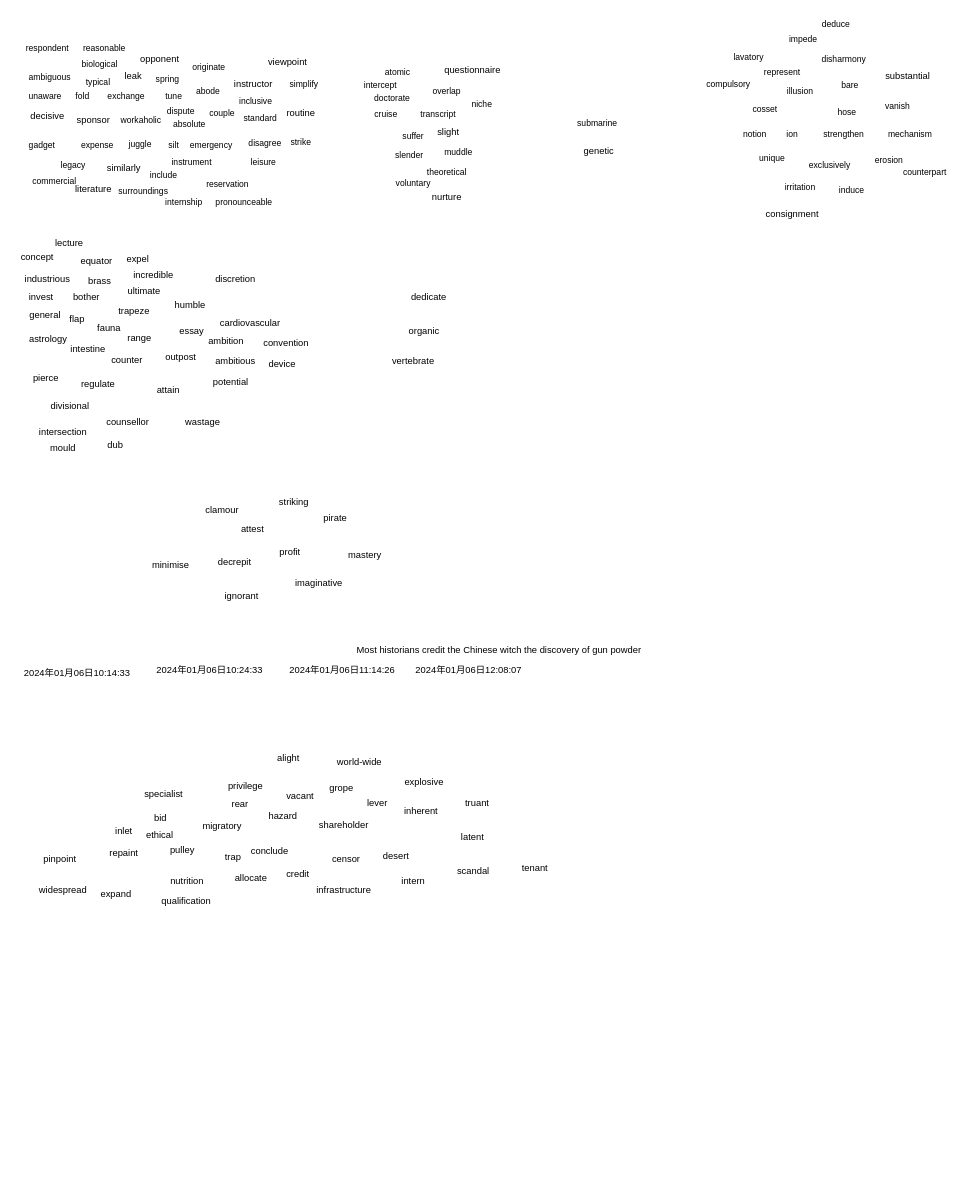
Earlier version of the draw.io diagram page "2023年12月24日" (2 of 2) of 2023-11-13.drawio (GC-L/hello-world). Source tidied: cells renumbered, new cells numbered last; positions are measured from the earlier drawing's top-left corner, leaving out a move shared by most shapes. Both pictures are drawn from the tidied source at 78%, with x=0, y=0 at pixel (13, 13).
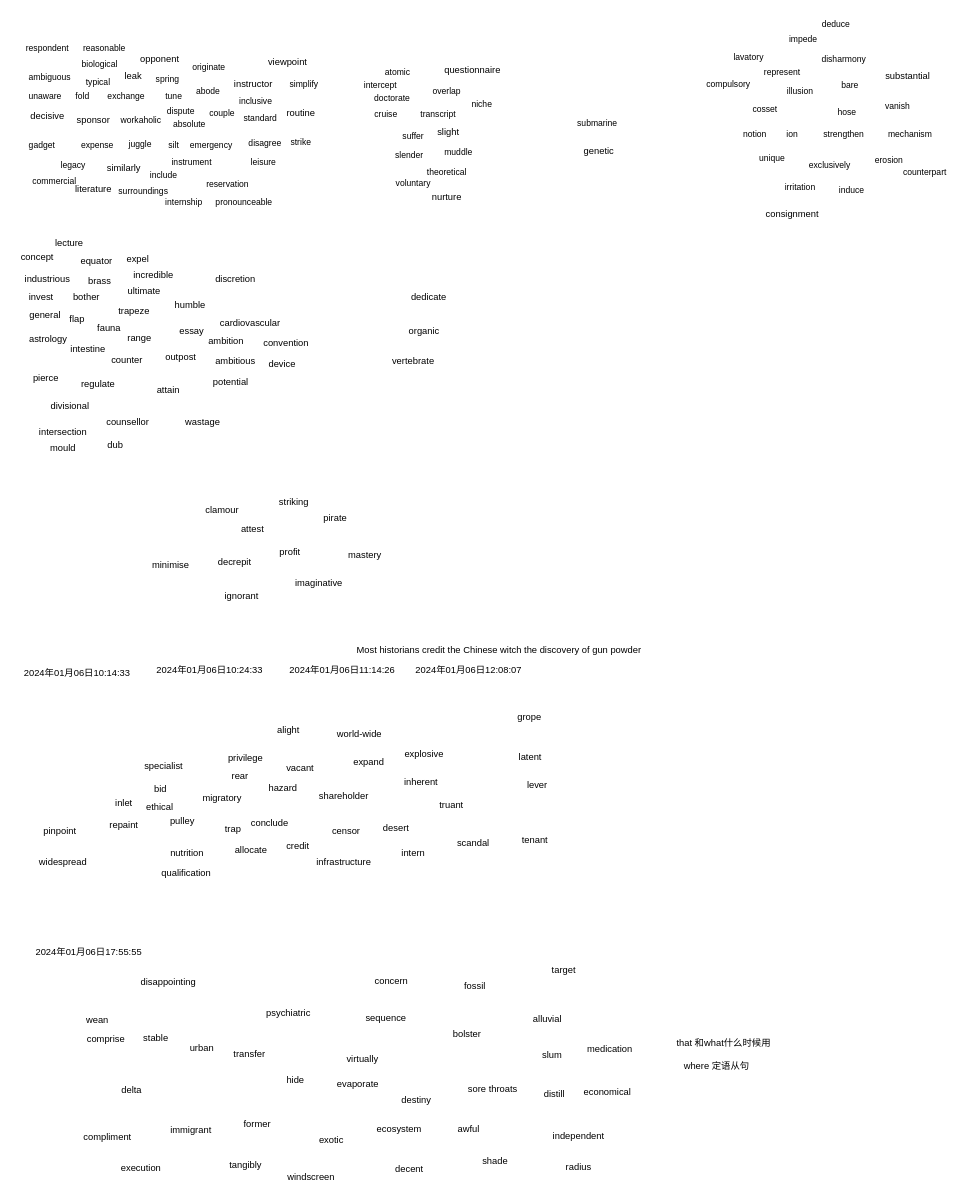
After the change.

The edit, as a diff of the source:
```diff
@@
     <mxCell id="137" value="pinpoint" style="text;html=1;align=center;verticalAlign=middle;strokeColor=none;fillColor=none;" parent="1" vertex="1">
-      <mxGeometry x="29" y="1071" width="60" height="26" as="geometry" />
+      <mxGeometry x="29" y="1035" width="60" height="26" as="geometry" />
     </mxCell>
     <mxCell id="138" value="pulley" style="text;html=1;align=center;verticalAlign=middle;strokeColor=none;fillColor=none;" parent="1" vertex="1">
-      <mxGeometry x="191.5" y="1059" width="49" height="26" as="geometry" />
+      <mxGeometry x="191.5" y="1023" width="49" height="26" as="geometry" />
     </mxCell>
     <mxCell id="139" value="privilege" style="text;html=1;align=center;verticalAlign=middle;strokeColor=none;fillColor=none;" parent="1" vertex="1">
-      <mxGeometry x="265" y="978" width="63" height="26" as="geometry" />
+      <mxGeometry x="265" y="942" width="63" height="26" as="geometry" />
     </mxCell>
     <mxCell id="140" value="infrastructure" style="text;html=1;align=center;verticalAlign=middle;strokeColor=none;fillColor=none;" parent="1" vertex="1">
-      <mxGeometry x="378.5" y="1111" width="88" height="26" as="geometry" />
+      <mxGeometry x="378.5" y="1075" width="88" height="26" as="geometry" />
     </mxCell>
     <mxCell id="141" value="allocate" style="text;html=1;align=center;verticalAlign=middle;strokeColor=none;fillColor=none;" parent="1" vertex="1">
-      <mxGeometry x="274.2" y="1095" width="59" height="26" as="geometry" />
+      <mxGeometry x="274.2" y="1059" width="59" height="26" as="geometry" />
     </mxCell>
     <mxCell id="142" value="qualification" style="text;html=1;align=center;verticalAlign=middle;strokeColor=none;fillColor=none;" parent="1" vertex="1">
-      <mxGeometry x="180.2" y="1125" width="81" height="26" as="geometry" />
+      <mxGeometry x="180.2" y="1089" width="81" height="26" as="geometry" />
     </mxCell>
     <mxCell id="143" value="expand" style="text;html=1;align=center;verticalAlign=middle;strokeColor=none;fillColor=none;" parent="1" vertex="1">
-      <mxGeometry x="102.8" y="1116" width="57" height="26" as="geometry" />
+      <mxGeometry x="426" y="947" width="57" height="26" as="geometry" />
     </mxCell>
     <mxCell id="144" value="trap" style="text;html=1;align=center;verticalAlign=middle;strokeColor=none;fillColor=none;" parent="1" vertex="1">
-      <mxGeometry x="261.2" y="1069" width="39" height="26" as="geometry" />
+      <mxGeometry x="261.2" y="1033" width="39" height="26" as="geometry" />
     </mxCell>
@@
     <mxCell id="146" value="intern" style="text;html=1;align=center;verticalAlign=middle;strokeColor=none;fillColor=none;" parent="1" vertex="1">
-      <mxGeometry x="488" y="1099" width="48" height="26" as="geometry" />
+      <mxGeometry x="488" y="1063" width="48" height="26" as="geometry" />
     </mxCell>
     <mxCell id="147" value="repaint" style="text;html=1;align=center;verticalAlign=middle;strokeColor=none;fillColor=none;" parent="1" vertex="1">
-      <mxGeometry x="113.2" y="1064" width="55" height="26" as="geometry" />
+      <mxGeometry x="113.2" y="1028" width="55" height="26" as="geometry" />
     </mxCell>
     <mxCell id="148" value="specialist" style="text;html=1;align=center;verticalAlign=middle;strokeColor=none;fillColor=none;" parent="1" vertex="1">
-      <mxGeometry x="158" y="988" width="67" height="26" as="geometry" />
+      <mxGeometry x="158" y="952" width="67" height="26" as="geometry" />
     </mxCell>
     <mxCell id="149" value="migratory" style="text;html=1;align=center;verticalAlign=middle;strokeColor=none;fillColor=none;" parent="1" vertex="1">
-      <mxGeometry x="233.2" y="1029" width="68" height="26" as="geometry" />
+      <mxGeometry x="233.2" y="993" width="68" height="26" as="geometry" />
     </mxCell>
     <mxCell id="150" value="inlet" style="text;html=1;align=center;verticalAlign=middle;strokeColor=none;fillColor=none;" parent="1" vertex="1">
-      <mxGeometry x="120.8" y="1035" width="40" height="26" as="geometry" />
+      <mxGeometry x="120.8" y="999" width="40" height="26" as="geometry" />
     </mxCell>
@@
     <mxCell id="152" value="nutrition" style="text;html=1;align=center;verticalAlign=middle;strokeColor=none;fillColor=none;" parent="1" vertex="1">
-      <mxGeometry x="191.5" y="1099" width="61" height="26" as="geometry" />
+      <mxGeometry x="191.5" y="1063" width="61" height="26" as="geometry" />
     </mxCell>
     <mxCell id="153" value="censor" style="text;html=1;align=center;verticalAlign=middle;strokeColor=none;fillColor=none;" parent="1" vertex="1">
-      <mxGeometry x="399" y="1071" width="54" height="26" as="geometry" />
+      <mxGeometry x="399" y="1035" width="54" height="26" as="geometry" />
     </mxCell>
     <mxCell id="154" value="widespread" style="text;html=1;align=center;verticalAlign=middle;strokeColor=none;fillColor=none;" parent="1" vertex="1">
-      <mxGeometry x="23.8" y="1111" width="79" height="26" as="geometry" />
+      <mxGeometry x="23.8" y="1075" width="79" height="26" as="geometry" />
     </mxCell>
     <mxCell id="155" value="hazard" style="text;html=1;align=center;verticalAlign=middle;strokeColor=none;fillColor=none;" parent="1" vertex="1">
-      <mxGeometry x="317.2" y="1016" width="55" height="26" as="geometry" />
+      <mxGeometry x="317.2" y="980" width="55" height="26" as="geometry" />
     </mxCell>
     <mxCell id="156" value="rear" style="text;html=1;align=center;verticalAlign=middle;strokeColor=none;fillColor=none;" parent="1" vertex="1">
-      <mxGeometry x="270" y="1001" width="39" height="26" as="geometry" />
+      <mxGeometry x="270" y="965" width="39" height="26" as="geometry" />
     </mxCell>
     <mxCell id="157" value="shareholder" style="text;html=1;align=center;verticalAlign=middle;strokeColor=none;fillColor=none;" parent="1" vertex="1">
-      <mxGeometry x="382" y="1027" width="81" height="26" as="geometry" />
+      <mxGeometry x="382" y="991" width="81" height="26" as="geometry" />
     </mxCell>
     <mxCell id="158" value="bid" style="text;html=1;align=center;verticalAlign=middle;strokeColor=none;fillColor=none;" parent="1" vertex="1">
-      <mxGeometry x="171.2" y="1018" width="34" height="26" as="geometry" />
+      <mxGeometry x="171.2" y="982" width="34" height="26" as="geometry" />
     </mxCell>
     <mxCell id="159" value="alight" style="text;html=1;align=center;verticalAlign=middle;strokeColor=none;fillColor=none;" parent="1" vertex="1">
-      <mxGeometry x="328" y="942" width="47" height="26" as="geometry" />
+      <mxGeometry x="328" y="906" width="47" height="26" as="geometry" />
     </mxCell>
     <mxCell id="160" value="credit" style="text;html=1;align=center;verticalAlign=middle;strokeColor=none;fillColor=none;" parent="1" vertex="1">
-      <mxGeometry x="340.2" y="1090" width="47" height="26" as="geometry" />
+      <mxGeometry x="340.2" y="1054" width="47" height="26" as="geometry" />
     </mxCell>
@@
     <mxCell id="162" value="desert" style="text;html=1;align=center;verticalAlign=middle;strokeColor=none;fillColor=none;" parent="1" vertex="1">
-      <mxGeometry x="464.5" y="1067" width="51" height="26" as="geometry" />
+      <mxGeometry x="464.5" y="1031" width="51" height="26" as="geometry" />
     </mxCell>
     <mxCell id="163" value="conclude" style="text;html=1;align=center;verticalAlign=middle;strokeColor=none;fillColor=none;" parent="1" vertex="1">
-      <mxGeometry x="294.8" y="1061" width="66" height="26" as="geometry" />
+      <mxGeometry x="294.8" y="1025" width="66" height="26" as="geometry" />
     </mxCell>
     <mxCell id="164" value="explosive" style="text;html=1;align=center;verticalAlign=middle;strokeColor=none;fillColor=none;" parent="1" vertex="1">
-      <mxGeometry x="491.5" y="973" width="68" height="26" as="geometry" />
+      <mxGeometry x="491.5" y="937" width="68" height="26" as="geometry" />
     </mxCell>
     <mxCell id="165" value="inherent" style="text;html=1;align=center;verticalAlign=middle;strokeColor=none;fillColor=none;" parent="1" vertex="1">
-      <mxGeometry x="491.5" y="1009" width="61" height="26" as="geometry" />
+      <mxGeometry x="491.5" y="973" width="61" height="26" as="geometry" />
     </mxCell>
     <mxCell id="166" value="world-wide" style="text;html=1;align=center;verticalAlign=middle;strokeColor=none;fillColor=none;" parent="1" vertex="1">
-      <mxGeometry x="405.2" y="947" width="75" height="26" as="geometry" />
+      <mxGeometry x="405.2" y="911" width="75" height="26" as="geometry" />
     </mxCell>
     <mxCell id="167" value="grope" style="text;html=1;align=center;verticalAlign=middle;strokeColor=none;fillColor=none;" parent="1" vertex="1">
-      <mxGeometry x="395.2" y="980" width="49" height="26" as="geometry" />
+      <mxGeometry x="636" y="889" width="49" height="26" as="geometry" />
     </mxCell>
     <mxCell id="168" value="lever" style="text;html=1;align=center;verticalAlign=middle;strokeColor=none;fillColor=none;" parent="1" vertex="1">
-      <mxGeometry x="444" y="999" width="44" height="26" as="geometry" />
+      <mxGeometry x="649" y="976" width="44" height="26" as="geometry" />
     </mxCell>
     <mxCell id="169" value="ethical" style="text;html=1;align=center;verticalAlign=middle;strokeColor=none;fillColor=none;" parent="1" vertex="1">
-      <mxGeometry x="160.2" y="1041" width="53" height="26" as="geometry" />
+      <mxGeometry x="160.2" y="1005" width="53" height="26" as="geometry" />
     </mxCell>
     <mxCell id="170" value="vacant" style="text;html=1;align=center;verticalAlign=middle;strokeColor=none;fillColor=none;" parent="1" vertex="1">
-      <mxGeometry x="340.2" y="990" width="53" height="26" as="geometry" />
+      <mxGeometry x="340.2" y="954" width="53" height="26" as="geometry" />
     </mxCell>
     <mxCell id="171" value="truant" style="text;html=1;align=center;verticalAlign=middle;strokeColor=none;fillColor=none;" parent="1" vertex="1">
-      <mxGeometry x="569.5" y="999" width="49" height="26" as="geometry" />
+      <mxGeometry x="536" y="1002" width="49" height="26" as="geometry" />
     </mxCell>
     <mxCell id="172" value="scandal" style="text;html=1;align=center;verticalAlign=middle;strokeColor=none;fillColor=none;" parent="1" vertex="1">
-      <mxGeometry x="559.5" y="1087" width="59" height="26" as="geometry" />
+      <mxGeometry x="559.5" y="1051" width="59" height="26" as="geometry" />
     </mxCell>
     <mxCell id="173" value="latent" style="text;html=1;align=center;verticalAlign=middle;strokeColor=none;fillColor=none;" parent="1" vertex="1">
-      <mxGeometry x="564.8" y="1043" width="47" height="26" as="geometry" />
+      <mxGeometry x="638" y="941" width="47" height="26" as="geometry" />
     </mxCell>
@@
     <mxCell id="175" value="tenant" style="text;html=1;align=center;verticalAlign=middle;strokeColor=none;fillColor=none;" parent="1" vertex="1">
-      <mxGeometry x="642" y="1083" width="51" height="26" as="geometry" />
+      <mxGeometry x="642" y="1047" width="51" height="26" as="geometry" />
     </mxCell>
+    <mxCell id="176" value="psychiatric" style="text;html=1;align=center;verticalAlign=middle;strokeColor=none;fillColor=none;" parent="1" vertex="1">
+      <mxGeometry x="314" y="1269" width="75" height="26" as="geometry" />
+    </mxCell>
+    <mxCell id="177" value="2024年01月06日17:55:55" style="text;html=1;align=center;verticalAlign=middle;strokeColor=none;fillColor=none;" parent="1" vertex="1">
+      <mxGeometry x="18.8" y="1191" width="154" height="26" as="geometry" />
+    </mxCell>
+    <mxCell id="178" value="bolster" style="text;html=1;align=center;verticalAlign=middle;strokeColor=none;fillColor=none;" parent="1" vertex="1">
+      <mxGeometry x="554" y="1295" width="54" height="26" as="geometry" />
+    </mxCell>
+    <mxCell id="179" value="immigrant" style="text;html=1;align=center;verticalAlign=middle;strokeColor=none;fillColor=none;" parent="1" vertex="1">
+      <mxGeometry x="191.2" y="1419" width="71" height="26" as="geometry" />
+    </mxCell>
+    <mxCell id="180" value="sequence" style="text;html=1;align=center;verticalAlign=middle;strokeColor=none;fillColor=none;" parent="1" vertex="1">
+      <mxGeometry x="442" y="1275" width="70" height="26" as="geometry" />
+    </mxCell>
+    <mxCell id="181" value="ecosystem" style="text;html=1;align=center;verticalAlign=middle;strokeColor=none;fillColor=none;" parent="1" vertex="1">
+      <mxGeometry x="456" y="1417" width="75" height="26" as="geometry" />
+    </mxCell>
+    <mxCell id="182" value="concern" style="text;html=1;align=center;verticalAlign=middle;strokeColor=none;fillColor=none;" parent="1" vertex="1">
+      <mxGeometry x="453" y="1227" width="61" height="26" as="geometry" />
+    </mxCell>
+    <mxCell id="183" value="transfer" style="text;html=1;align=center;verticalAlign=middle;strokeColor=none;fillColor=none;" parent="1" vertex="1">
+      <mxGeometry x="272" y="1321" width="59" height="26" as="geometry" />
+    </mxCell>
+    <mxCell id="184" value="exotic" style="text;html=1;align=center;verticalAlign=middle;strokeColor=none;fillColor=none;" parent="1" vertex="1">
+      <mxGeometry x="382" y="1432" width="49" height="26" as="geometry" />
+    </mxCell>
+    <mxCell id="185" value="evaporate" style="text;html=1;align=center;verticalAlign=middle;strokeColor=none;fillColor=none;" parent="1" vertex="1">
+      <mxGeometry x="405" y="1359" width="71" height="26" as="geometry" />
+    </mxCell>
+    <mxCell id="186" value="destiny" style="text;html=1;align=center;verticalAlign=middle;strokeColor=none;fillColor=none;" parent="1" vertex="1">
+      <mxGeometry x="488" y="1380" width="56" height="26" as="geometry" />
+    </mxCell>
+    <mxCell id="187" value="that 和what什么时候用" style="text;html=1;align=center;verticalAlign=middle;strokeColor=none;fillColor=none;" parent="1" vertex="1">
+      <mxGeometry x="840.5" y="1307" width="139" height="26" as="geometry" />
+    </mxCell>
+    <mxCell id="188" value="hide" style="text;html=1;align=center;verticalAlign=middle;strokeColor=none;fillColor=none;" parent="1" vertex="1">
+      <mxGeometry x="340.2" y="1354" width="41" height="26" as="geometry" />
+    </mxCell>
+    <mxCell id="189" value="former" style="text;html=1;align=center;verticalAlign=middle;strokeColor=none;fillColor=none;" parent="1" vertex="1">
+      <mxGeometry x="285.2" y="1411" width="53" height="26" as="geometry" />
+    </mxCell>
+    <mxCell id="190" value="awful" style="text;html=1;align=center;verticalAlign=middle;strokeColor=none;fillColor=none;" parent="1" vertex="1">
+      <mxGeometry x="560" y="1417" width="46" height="26" as="geometry" />
+    </mxCell>
+    <mxCell id="191" value="sore throats" style="text;html=1;align=center;verticalAlign=middle;strokeColor=none;fillColor=none;" parent="1" vertex="1">
+      <mxGeometry x="573" y="1366" width="81" height="26" as="geometry" />
+    </mxCell>
+    <mxCell id="192" value="virtually" style="text;html=1;align=center;verticalAlign=middle;strokeColor=none;fillColor=none;" parent="1" vertex="1">
+      <mxGeometry x="417" y="1328" width="59" height="26" as="geometry" />
+    </mxCell>
+    <mxCell id="193" value="tangibly" style="text;html=1;align=center;verticalAlign=middle;strokeColor=none;fillColor=none;" parent="1" vertex="1">
+      <mxGeometry x="267" y="1463" width="59" height="26" as="geometry" />
+    </mxCell>
+    <mxCell id="194" value="windscreen" style="text;html=1;align=center;verticalAlign=middle;strokeColor=none;fillColor=none;" parent="1" vertex="1">
+      <mxGeometry x="341" y="1479" width="79" height="26" as="geometry" />
+    </mxCell>
+    <mxCell id="195" value="decent" style="text;html=1;align=center;verticalAlign=middle;strokeColor=none;fillColor=none;" parent="1" vertex="1">
+      <mxGeometry x="480.2" y="1469" width="54" height="26" as="geometry" />
+    </mxCell>
+    <mxCell id="196" value="alluvial" style="text;html=1;align=center;verticalAlign=middle;strokeColor=none;fillColor=none;" parent="1" vertex="1">
+      <mxGeometry x="656" y="1276" width="55" height="26" as="geometry" />
+    </mxCell>
+    <mxCell id="197" value="slum" style="text;html=1;align=center;verticalAlign=middle;strokeColor=none;fillColor=none;" parent="1" vertex="1">
+      <mxGeometry x="668" y="1323" width="43" height="26" as="geometry" />
+    </mxCell>
+    <mxCell id="198" value="distill" style="text;html=1;align=center;verticalAlign=middle;strokeColor=none;fillColor=none;" parent="1" vertex="1">
+      <mxGeometry x="670" y="1372" width="45" height="26" as="geometry" />
+    </mxCell>
+    <mxCell id="199" value="economical" style="text;html=1;align=center;verticalAlign=middle;strokeColor=none;fillColor=none;" parent="1" vertex="1">
+      <mxGeometry x="721" y="1370" width="79" height="26" as="geometry" />
+    </mxCell>
+    <mxCell id="200" value="medication" style="text;html=1;align=center;verticalAlign=middle;strokeColor=none;fillColor=none;" parent="1" vertex="1">
+      <mxGeometry x="726" y="1315" width="76" height="26" as="geometry" />
+    </mxCell>
+    <mxCell id="201" value="target" style="text;html=1;align=center;verticalAlign=middle;strokeColor=none;fillColor=none;" parent="1" vertex="1">
+      <mxGeometry x="680" y="1214" width="49" height="26" as="geometry" />
+    </mxCell>
+    <mxCell id="202" value="independent" style="text;html=1;align=center;verticalAlign=middle;strokeColor=none;fillColor=none;" parent="1" vertex="1">
+      <mxGeometry x="681.5" y="1426" width="84" height="26" as="geometry" />
+    </mxCell>
+    <mxCell id="203" value="radius" style="text;html=1;align=center;verticalAlign=middle;strokeColor=none;fillColor=none;" parent="1" vertex="1">
+      <mxGeometry x="698" y="1466" width="51" height="26" as="geometry" />
+    </mxCell>
+    <mxCell id="204" value="fossil" style="text;html=1;align=center;verticalAlign=middle;strokeColor=none;fillColor=none;" parent="1" vertex="1">
+      <mxGeometry x="568" y="1234" width="45" height="26" as="geometry" />
+    </mxCell>
+    <mxCell id="205" value="where 定语从句" style="text;html=1;align=center;verticalAlign=middle;strokeColor=none;fillColor=none;" parent="1" vertex="1">
+      <mxGeometry x="850" y="1337" width="102" height="26" as="geometry" />
+    </mxCell>
+    <mxCell id="206" value="shade" style="text;html=1;align=center;verticalAlign=middle;strokeColor=none;fillColor=none;" parent="1" vertex="1">
+      <mxGeometry x="591" y="1458" width="51" height="26" as="geometry" />
+    </mxCell>
+    <mxCell id="207" value="wean" style="text;html=1;align=center;verticalAlign=middle;strokeColor=none;fillColor=none;" parent="1" vertex="1">
+      <mxGeometry x="83" y="1277" width="47" height="26" as="geometry" />
+    </mxCell>
+    <mxCell id="208" value="disappointing" style="text;html=1;align=center;verticalAlign=middle;strokeColor=none;fillColor=none;" parent="1" vertex="1">
+      <mxGeometry x="153" y="1229" width="89" height="26" as="geometry" />
+    </mxCell>
+    <mxCell id="209" value="comprise" style="text;html=1;align=center;verticalAlign=middle;strokeColor=none;fillColor=none;" parent="1" vertex="1">
+      <mxGeometry x="84" y="1302" width="67" height="26" as="geometry" />
+    </mxCell>
+    <mxCell id="210" value="stable" style="text;html=1;align=center;verticalAlign=middle;strokeColor=none;fillColor=none;" parent="1" vertex="1">
+      <mxGeometry x="157" y="1301" width="50" height="26" as="geometry" />
+    </mxCell>
+    <mxCell id="211" value="delta" style="text;html=1;align=center;verticalAlign=middle;strokeColor=none;fillColor=none;" parent="1" vertex="1">
+      <mxGeometry x="129" y="1367" width="44" height="26" as="geometry" />
+    </mxCell>
+    <mxCell id="212" value="urban" style="text;html=1;align=center;verticalAlign=middle;strokeColor=none;fillColor=none;" parent="1" vertex="1">
+      <mxGeometry x="216" y="1313" width="49" height="26" as="geometry" />
+    </mxCell>
+    <mxCell id="213" value="compliment" style="text;html=1;align=center;verticalAlign=middle;strokeColor=none;fillColor=none;" parent="1" vertex="1">
+      <mxGeometry x="80" y="1427" width="79" height="26" as="geometry" />
+    </mxCell>
+    <mxCell id="214" value="execution" style="text;html=1;align=center;verticalAlign=middle;strokeColor=none;fillColor=none;" parent="1" vertex="1">
+      <mxGeometry x="128" y="1467" width="69" height="26" as="geometry" />
+    </mxCell>
```
